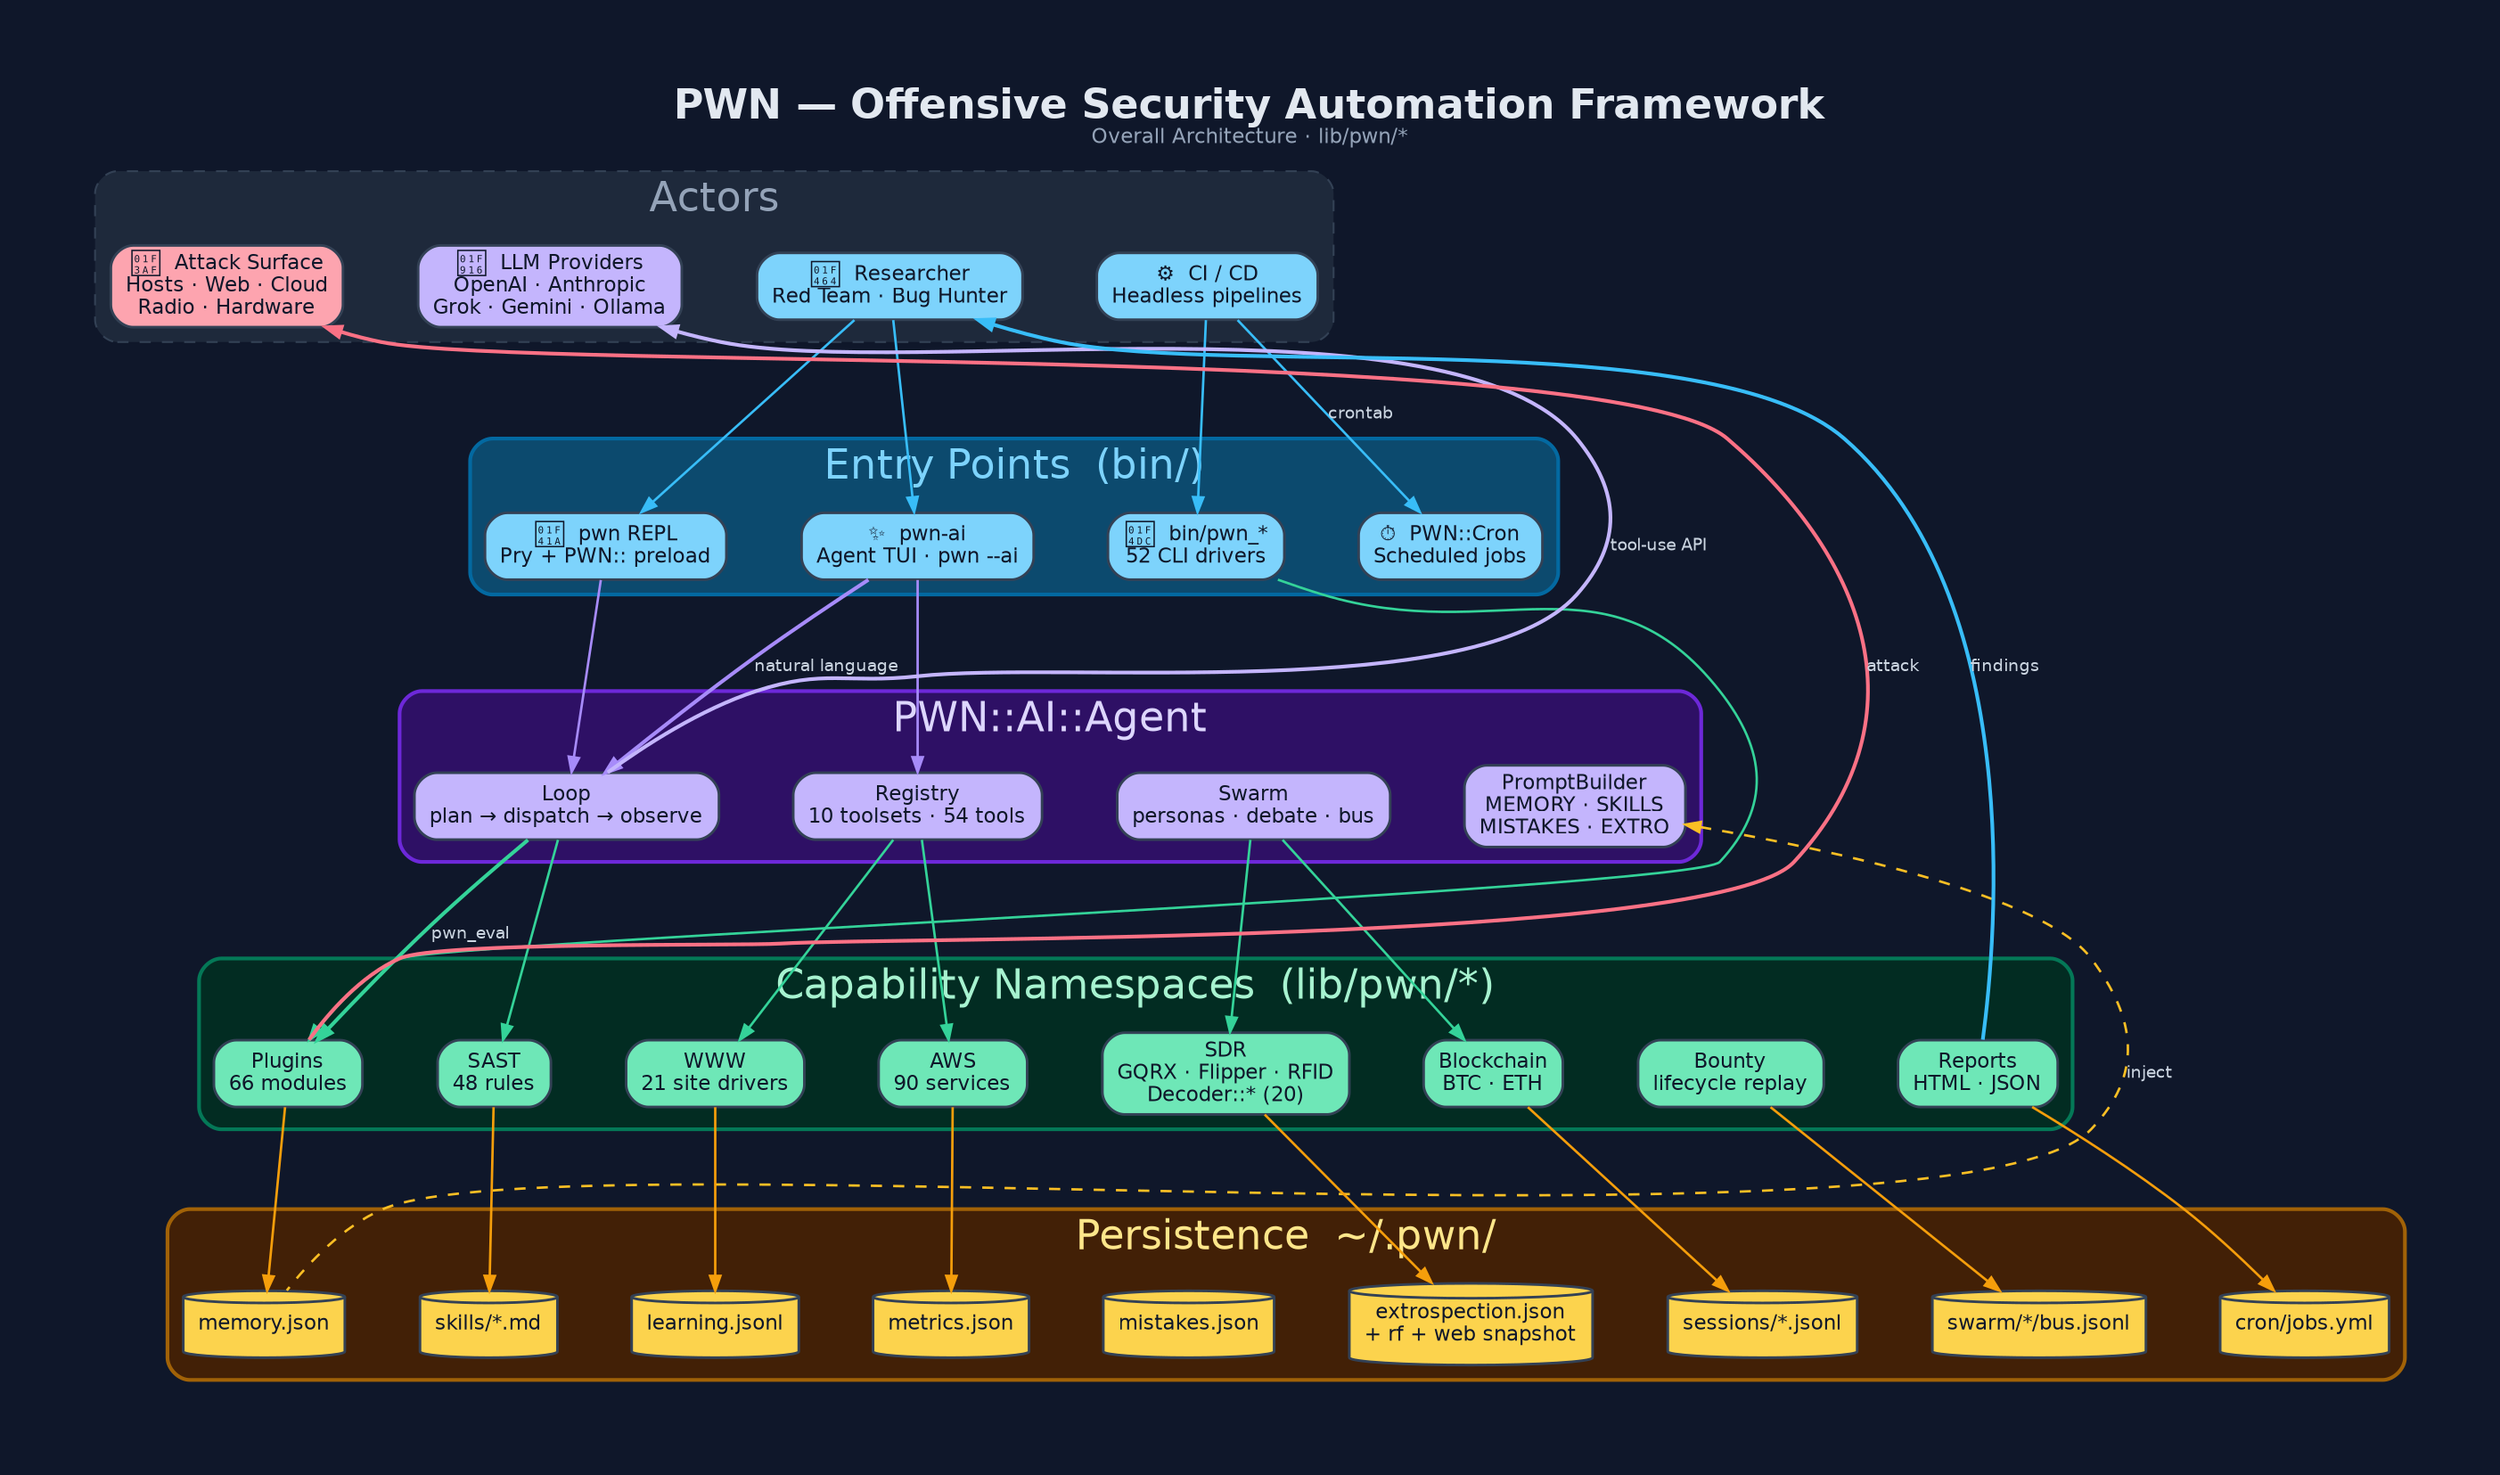
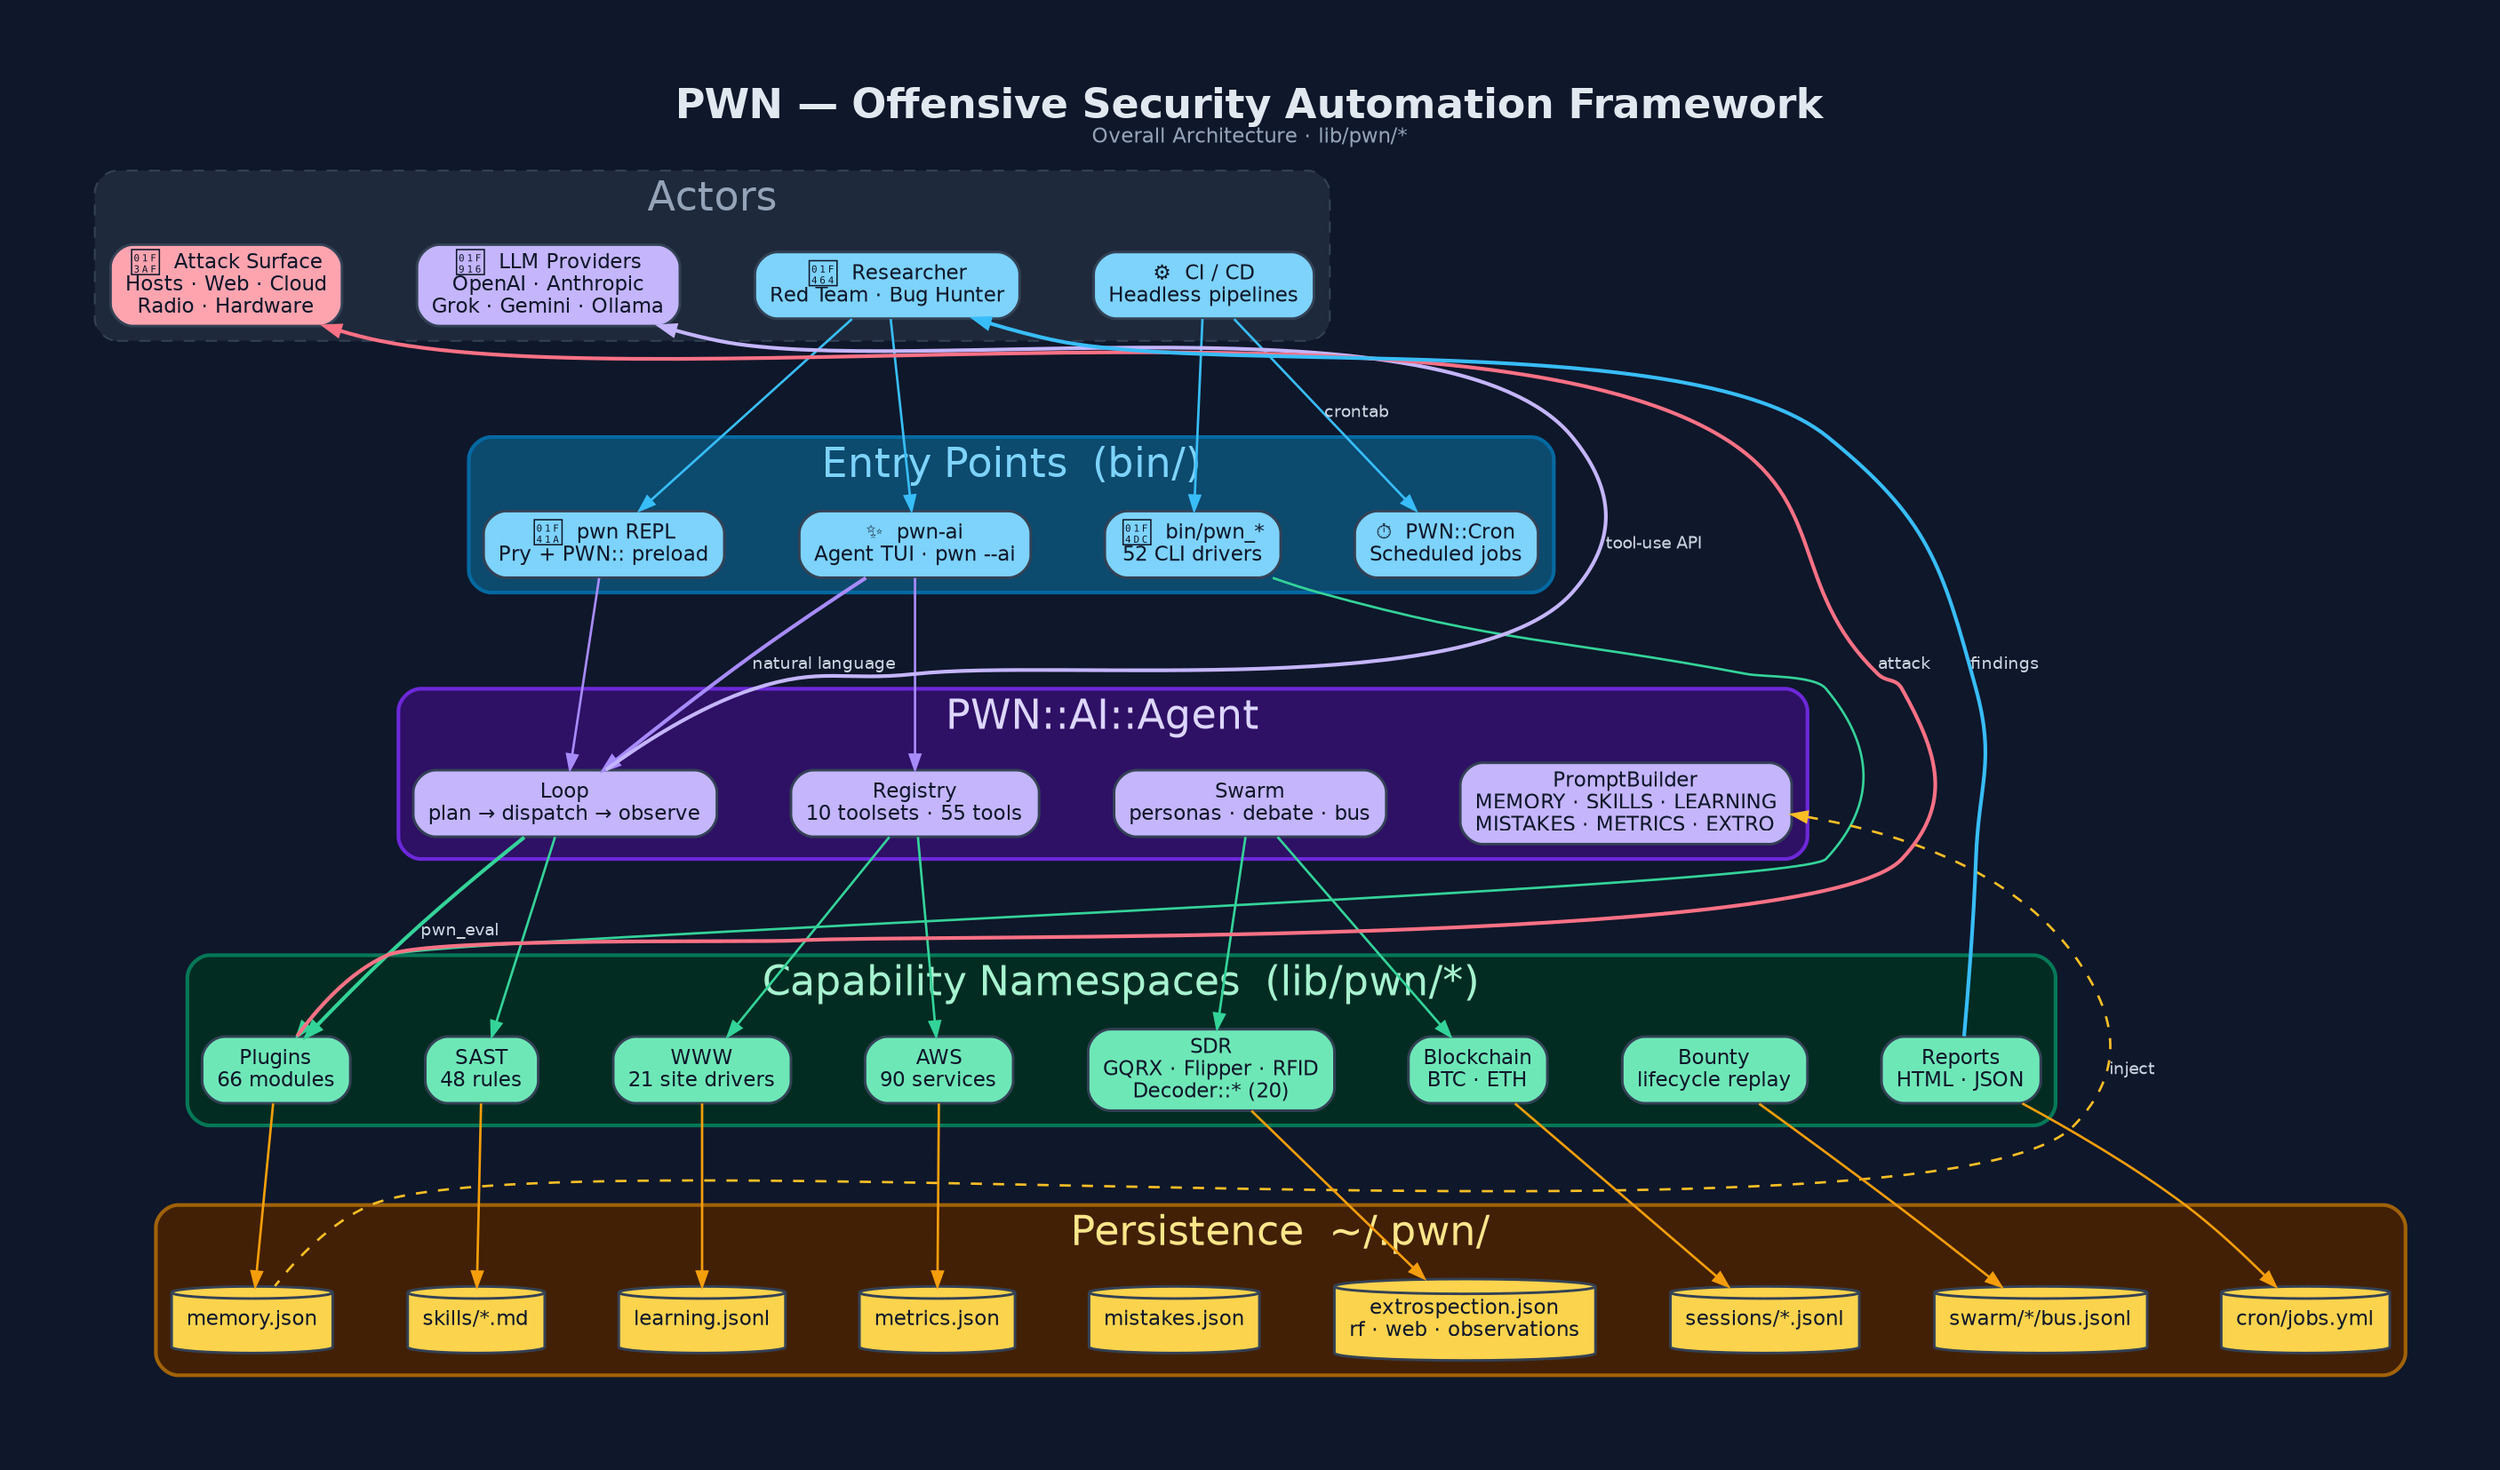
digraph "PWN_Overall_Architecture" {
  graph [
    label=<<B>PWN — Offensive Security Automation Framework</B><BR/><FONT POINT-SIZE="11" COLOR="#94a3b8">Overall Architecture · lib/pwn/*</FONT>>,
    labelloc=t, fontsize=22, fontname="Helvetica",
    rankdir=TB, splines=spline, nodesep=0.55, ranksep=1.15,
    bgcolor="#0f172a", fontcolor="#e2e8f0", pad=0.6, compound=true, newrank=true
  ];
  node [fontname="Helvetica", fontsize=11, style="filled,rounded",
        shape=box, penwidth=1.4, color="#334155", fontcolor="#0f172a"];
  edge [fontname="Helvetica", fontsize=9, color="#94a3b8",
        fontcolor="#cbd5e1", penwidth=1.3, arrowsize=0.8];

  /* ───────── L0 · ACTORS ───────── */
  subgraph cluster_actors {
    label="Actors"; fontcolor="#94a3b8"; style="rounded,dashed";
    color="#334155"; bgcolor="#1e293b";
    User   [label="👤  Researcher\nRed Team · Bug Hunter", fillcolor="#7dd3fc"];
    CI     [label="⚙️  CI / CD\nHeadless pipelines",       fillcolor="#7dd3fc"];
    LLM    [label="🤖  LLM Providers\nOpenAI · Anthropic\nGrok · Gemini · Ollama", fillcolor="#c4b5fd"];
    Target [label="🎯  Attack Surface\nHosts · Web · Cloud\nRadio · Hardware", fillcolor="#fda4af"];
  }
  {rank=same; User; CI; LLM; Target}

  /* ───────── L1 · ENTRY POINTS ───────── */
  subgraph cluster_entry {
    label="Entry Points  (bin/)"; fontcolor="#7dd3fc";
    style=rounded; color="#0369a1"; bgcolor="#0c4a6e"; penwidth=2;
    REPL  [label="🐚  pwn REPL\nPry + PWN:: preload",       fillcolor="#7dd3fc"];
    PwnAI [label="✨  pwn-ai\nAgent TUI · pwn --ai",         fillcolor="#7dd3fc"];
    CLI   [label="📜  bin/pwn_*\n52 CLI drivers",            fillcolor="#7dd3fc"];
    Cronb [label="⏱  PWN::Cron\nScheduled jobs",            fillcolor="#7dd3fc"];
  }
  {rank=same; REPL; PwnAI; CLI; Cronb}

  /* ───────── L2 · AI AGENT CORE ───────── */
  subgraph cluster_agent {
    label="PWN::AI::Agent"; fontcolor="#ddd6fe";
    style=rounded; color="#6d28d9"; bgcolor="#2e1065"; penwidth=2;
    Loop     [label="Loop\nplan → dispatch → observe",      fillcolor="#c4b5fd"];
-     Registry [label="Registry\n10 toolsets · 54 tools",    fillcolor="#c4b5fd"];
+     Registry [label="Registry\n10 toolsets · 55 tools",    fillcolor="#c4b5fd"];
    Swarm    [label="Swarm\npersonas · debate · bus",        fillcolor="#c4b5fd"];
-     Prompt   [label="PromptBuilder\nMEMORY · SKILLS\nMISTAKES · EXTRO",fillcolor="#c4b5fd"];
+     Prompt   [label="PromptBuilder\nMEMORY · SKILLS · LEARNING\nMISTAKES · METRICS · EXTRO",fillcolor="#c4b5fd"];
  }
  {rank=same; Loop; Registry; Swarm; Prompt}

  /* ───────── L3 · CAPABILITY NAMESPACES ───────── */
  subgraph cluster_caps {
    label="Capability Namespaces  (lib/pwn/*)"; fontcolor="#a7f3d0";
    style=rounded; color="#047857"; bgcolor="#022c22"; penwidth=2;
    Plugins [label="Plugins\n66 modules",     fillcolor="#6ee7b7"];
    SAST    [label="SAST\n48 rules",          fillcolor="#6ee7b7"];
    WWW     [label="WWW\n21 site drivers",    fillcolor="#6ee7b7"];
    AWS     [label="AWS\n90 services",        fillcolor="#6ee7b7"];
    SDR     [label="SDR\nGQRX · Flipper · RFID\nDecoder::* (20)", fillcolor="#6ee7b7"];
    Chain   [label="Blockchain\nBTC · ETH",   fillcolor="#6ee7b7"];
    Bounty  [label="Bounty\nlifecycle replay", fillcolor="#6ee7b7"];
    Reports [label="Reports\nHTML · JSON",    fillcolor="#6ee7b7"];
  }
  {rank=same; Plugins; SAST; WWW; AWS; SDR; Chain; Bounty; Reports}

  /* ───────── L4 · PERSISTENCE (~/.pwn) ───────── */
  subgraph cluster_persist {
    label="Persistence  ~/.pwn/"; fontcolor="#fde68a";
    style=rounded; color="#a16207"; bgcolor="#422006"; penwidth=2;
    Memory   [label="memory.json",       shape=cylinder, fillcolor="#fcd34d"];
    Skills   [label="skills/*.md",        shape=cylinder, fillcolor="#fcd34d"];
    Learn    [label="learning.jsonl",     shape=cylinder, fillcolor="#fcd34d"];
    Metrics  [label="metrics.json",       shape=cylinder, fillcolor="#fcd34d"];
    MistF    [label="mistakes.json",      shape=cylinder, fillcolor="#fcd34d"];
-     Extro    [label="extrospection.json\n+ rf + web snapshot", shape=cylinder, fillcolor="#fcd34d"];
+     Extro    [label="extrospection.json\nrf · web · observations", shape=cylinder, fillcolor="#fcd34d"];
    Sessions [label="sessions/*.jsonl",   shape=cylinder, fillcolor="#fcd34d"];
    SwarmB   [label="swarm/*/bus.jsonl",  shape=cylinder, fillcolor="#fcd34d"];
    CronF    [label="cron/jobs.yml",      shape=cylinder, fillcolor="#fcd34d"];
  }
  {rank=same; Memory; Skills; Learn; Metrics; MistF; Extro; Sessions; SwarmB; CronF}

  /* ── L0 → L1 ── */
  User -> REPL   [color="#38bdf8"];
  User -> PwnAI  [color="#38bdf8"];
  CI   -> CLI    [color="#38bdf8"];
  CI   -> Cronb  [label="crontab", color="#38bdf8"];

  /* ── L1 → L2 ── */
  REPL  -> Loop     [color="#a78bfa"];
  PwnAI -> Loop     [label="natural language", color="#a78bfa", penwidth=2];
  PwnAI -> Registry [color="#a78bfa"];
  CLI   -> Swarm    [style=invis];
  Cronb -> Prompt   [style=invis];

  /* ── L2 → L3 ── */
  Loop     -> Plugins [label="pwn_eval", color="#34d399", penwidth=2];
  Loop     -> SAST    [color="#34d399"];
  Registry -> WWW     [color="#34d399"];
  Registry -> AWS     [color="#34d399"];
  Swarm    -> SDR     [color="#34d399"];
  Swarm    -> Chain   [color="#34d399"];
  Prompt   -> Bounty  [style=invis];
  Prompt   -> Reports [style=invis];
  CLI      -> Plugins [color="#34d399", constraint=false];

  /* ── L3 → L4 ── */
  Plugins -> Memory   [color="#f59e0b"];
  SAST    -> Skills   [color="#f59e0b"];
  WWW     -> Learn    [color="#f59e0b"];
  AWS     -> Metrics  [color="#f59e0b"];
  SDR     -> MistF    [style=invis];
  SDR     -> Extro    [color="#f59e0b"];
  Chain   -> Sessions [color="#f59e0b"];
  Bounty  -> SwarmB   [color="#f59e0b"];
  Reports -> CronF    [color="#f59e0b"];

  /* ── side flows (few, non-constraining) ── */
  Loop    -> LLM    [label="tool-use API", color="#c4b5fd", constraint=false, penwidth=2];
  Plugins -> Target [label="attack",       color="#fb7185", constraint=false, penwidth=2];
  Prompt  -> Memory [label="inject", dir=back, color="#fbbf24", constraint=false, style=dashed];
  Reports -> User   [label="findings", color="#38bdf8", constraint=false, penwidth=2];
}
